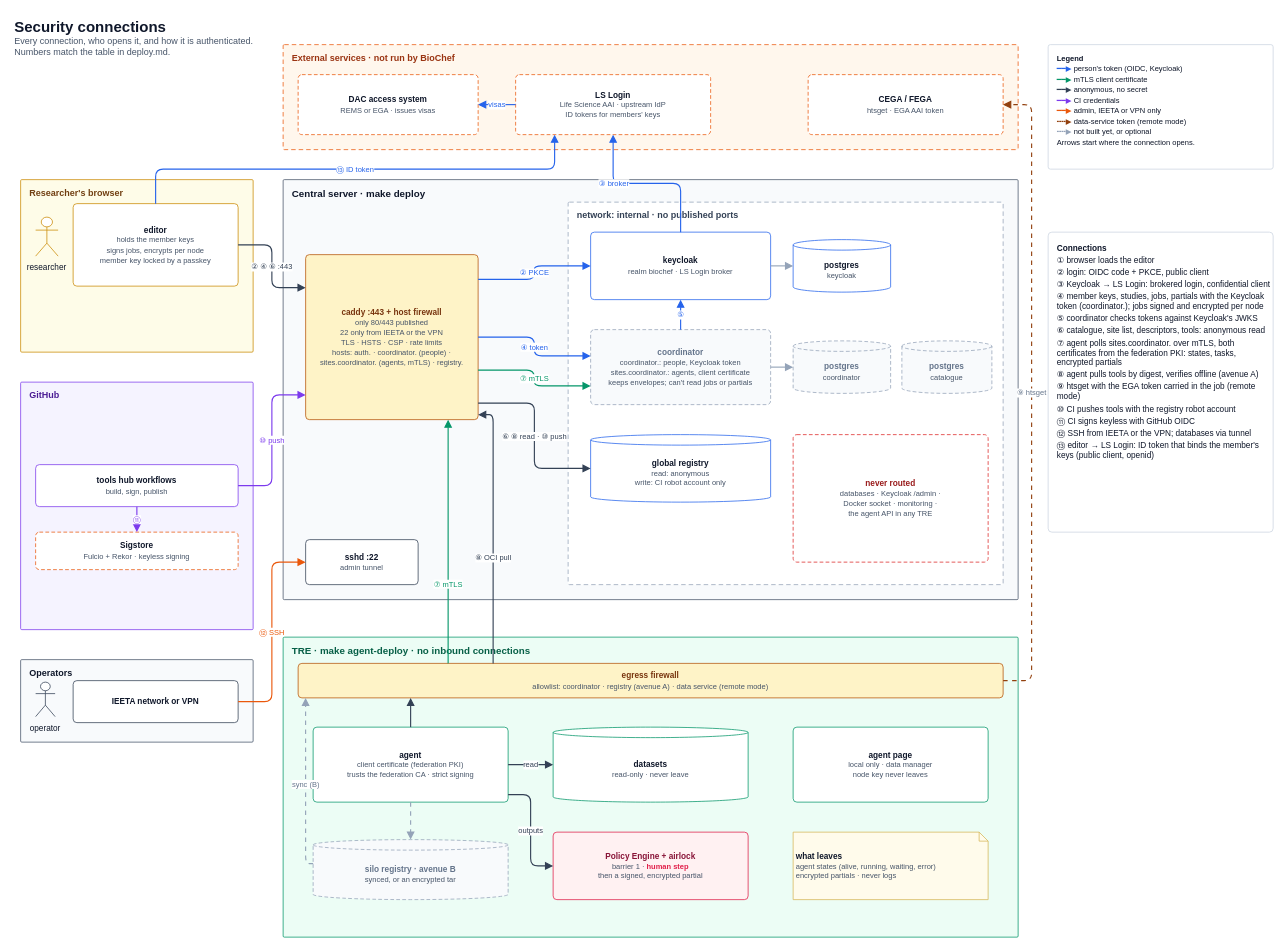
Before: docs/diagrams/05-security-connections.drawio in ieeta-pt/biochef-infra, a draw.io diagram. Source tidied: cells renumbered, new cells numbered last; positions are measured from the earlier drawing's top-left corner, leaving out a move shared by most shapes. Both pictures are drawn from the tidied source at 75%, with x=0, y=0 at pixel (13, 13).
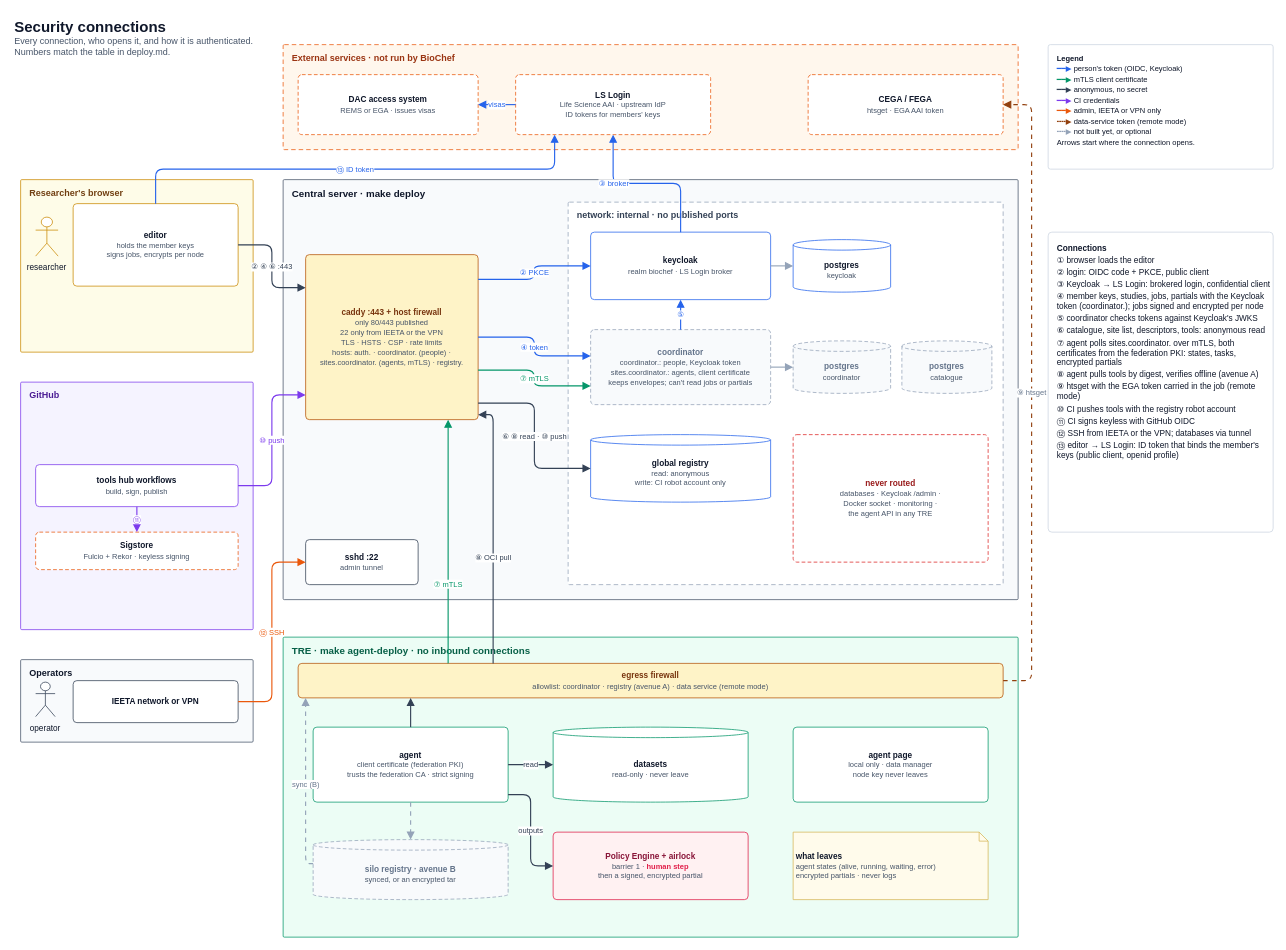
The same page after the edit.

Commit message (it also covers changes not shown here):
enhance identity documentation and agent functionality

The change refers to these unchanged cells:
```xml
<mxCell id="7" value="Researcher's browser" style="rounded=1;arcSize=3;absoluteArcSize=1;html=1;whiteSpace=wrap;verticalAlign=top;align=left;spacingLeft=10;spacingTop=4;fontSize=12;fontStyle=1;fillColor=#fefce8;strokeColor=#ca8a04;fontColor=#713f12;" parent="1" vertex="1">
  <mxGeometry x="10" y="222" width="310" height="230" as="geometry" />
</mxCell>
```

What changed in the source:
```diff
@@
-    <mxCell id="9" value="&lt;b&gt;editor&lt;/b&gt;&lt;br&gt;&lt;font style=&quot;font-size:10px&quot; color=&quot;#475569&quot;&gt;holds the member keys&lt;/font&gt;&lt;br&gt;&lt;font style=&quot;font-size:10px&quot; color=&quot;#475569&quot;&gt;signs jobs, encrypts per node&lt;/font&gt;&lt;br&gt;&lt;font style=&quot;font-size:10px&quot; color=&quot;#475569&quot;&gt;member key locked by a passkey&lt;/font&gt;" style="html=1;whiteSpace=wrap;fontSize=11;fillColor=#ffffff;strokeColor=#ca8a04;fontColor=#0f172a;align=center;verticalAlign=middle;spacing=4;rounded=1;arcSize=10;absoluteArcSize=1;" parent="7" vertex="1">
+    <mxCell id="9" value="&lt;b&gt;editor&lt;/b&gt;&lt;br&gt;&lt;font style=&quot;font-size:10px&quot; color=&quot;#475569&quot;&gt;holds the member keys&lt;/font&gt;&lt;br&gt;&lt;font style=&quot;font-size:10px&quot; color=&quot;#475569&quot;&gt;signs jobs, encrypts per node&lt;/font&gt;" style="html=1;whiteSpace=wrap;fontSize=11;fillColor=#ffffff;strokeColor=#ca8a04;fontColor=#0f172a;align=center;verticalAlign=middle;spacing=4;rounded=1;arcSize=10;absoluteArcSize=1;" parent="7" vertex="1">
       <mxGeometry x="70" y="32" width="220" height="110" as="geometry" />
     </mxCell>
@@
-    <mxCell id="36" value="&lt;b&gt;Connections&lt;/b&gt;&lt;div style='margin:3px 0'&gt;① browser loads the editor&lt;/div&gt;&lt;div style='margin:3px 0'&gt;② login: OIDC code + PKCE, public client&lt;/div&gt;&lt;div style='margin:3px 0'&gt;③ Keycloak → LS Login: brokered login, confidential client&lt;/div&gt;&lt;div style='margin:3px 0'&gt;④ member keys, studies, jobs, partials with the Keycloak token (coordinator.); jobs signed and encrypted per node&lt;/div&gt;&lt;div style='margin:3px 0'&gt;⑤ coordinator checks tokens against Keycloak's JWKS&lt;/div&gt;&lt;div style='margin:3px 0'&gt;⑥ catalogue, site list, descriptors, tools: anonymous read&lt;/div&gt;&lt;div style='margin:3px 0'&gt;⑦ agent polls sites.coordinator. over mTLS, both certificates from the federation PKI: states, tasks, encrypted partials&lt;/div&gt;&lt;div style='margin:3px 0'&gt;⑧ agent pulls tools by digest, verifies offline (avenue A)&lt;/div&gt;&lt;div style='margin:3px 0'&gt;⑨ htsget with the EGA token carried in the job (remote mode)&lt;/div&gt;&lt;div style='margin:3px 0'&gt;⑩ CI pushes tools with the registry robot account&lt;/div&gt;&lt;div style='margin:3px 0'&gt;⑪ CI signs keyless with GitHub OIDC&lt;/div&gt;&lt;div style='margin:3px 0'&gt;⑫ SSH from IEETA or the VPN; databases via tunnel&lt;/div&gt;&lt;div style='margin:3px 0'&gt;⑬ editor → LS Login: ID token that binds the member's keys (public client, openid)&lt;/div&gt;" style="html=1;whiteSpace=wrap;fontSize=11;fillColor=#ffffff;strokeColor=#334155;fontColor=#0f172a;align=left;verticalAlign=middle;spacing=4;rounded=1;arcSize=10;absoluteArcSize=1;verticalAlign=top;spacingLeft=8;spacingTop=6;strokeColor=#cbd5e1;" parent="1" vertex="1">
+    <mxCell id="36" value="&lt;b&gt;Connections&lt;/b&gt;&lt;div style='margin:3px 0'&gt;① browser loads the editor&lt;/div&gt;&lt;div style='margin:3px 0'&gt;② login: OIDC code + PKCE, public client&lt;/div&gt;&lt;div style='margin:3px 0'&gt;③ Keycloak → LS Login: brokered login, confidential client&lt;/div&gt;&lt;div style='margin:3px 0'&gt;④ member keys, studies, jobs, partials with the Keycloak token (coordinator.); jobs signed and encrypted per node&lt;/div&gt;&lt;div style='margin:3px 0'&gt;⑤ coordinator checks tokens against Keycloak's JWKS&lt;/div&gt;&lt;div style='margin:3px 0'&gt;⑥ catalogue, site list, descriptors, tools: anonymous read&lt;/div&gt;&lt;div style='margin:3px 0'&gt;⑦ agent polls sites.coordinator. over mTLS, both certificates from the federation PKI: states, tasks, encrypted partials&lt;/div&gt;&lt;div style='margin:3px 0'&gt;⑧ agent pulls tools by digest, verifies offline (avenue A)&lt;/div&gt;&lt;div style='margin:3px 0'&gt;⑨ htsget with the EGA token carried in the job (remote mode)&lt;/div&gt;&lt;div style='margin:3px 0'&gt;⑩ CI pushes tools with the registry robot account&lt;/div&gt;&lt;div style='margin:3px 0'&gt;⑪ CI signs keyless with GitHub OIDC&lt;/div&gt;&lt;div style='margin:3px 0'&gt;⑫ SSH from IEETA or the VPN; databases via tunnel&lt;/div&gt;&lt;div style='margin:3px 0'&gt;⑬ editor → LS Login: ID token that binds the member's keys (public client, openid profile)&lt;/div&gt;" style="html=1;whiteSpace=wrap;fontSize=11;fillColor=#ffffff;strokeColor=#334155;fontColor=#0f172a;align=left;verticalAlign=middle;spacing=4;rounded=1;arcSize=10;absoluteArcSize=1;verticalAlign=top;spacingLeft=8;spacingTop=6;strokeColor=#cbd5e1;" parent="1" vertex="1">
       <mxGeometry x="1380" y="292" width="300" height="400" as="geometry" />
     </mxCell>
```
